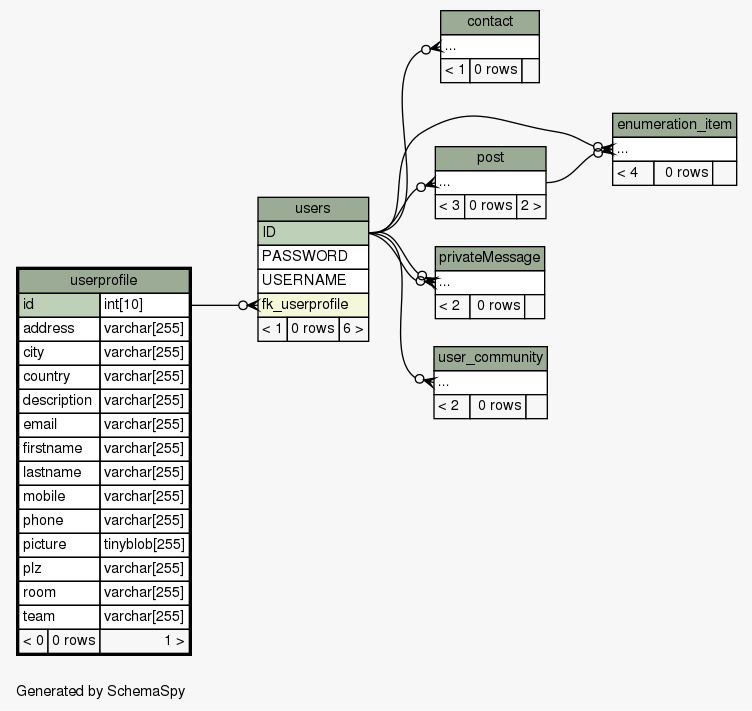
This is doc/db_schema/diagrams/userprofile.2degrees.png from chr-krenn/chr-krenn-fhj-ws2017-sd17-pse, a Graphviz export, as it was before one commit. Its source is kept beside it as doc/db_schema/diagrams/userprofile.1degree.dot.
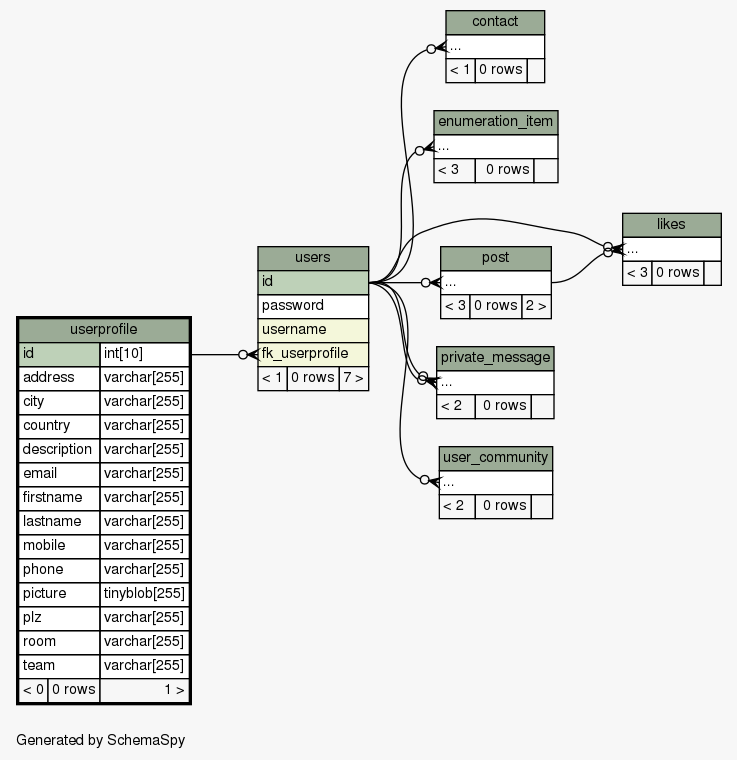
After the commit.

Change to the diagram source:
```diff
@@ -45,11 +45,11 @@
     label=<
     <TABLE BORDER="0" CELLBORDER="1" CELLSPACING="0" BGCOLOR="#ffffff">
       <TR><TD COLSPAN="3" BGCOLOR="#9bab96" ALIGN="CENTER">users</TD></TR>
-      <TR><TD PORT="ID" COLSPAN="3" BGCOLOR="#bed1b8" ALIGN="LEFT">ID</TD></TR>
-      <TR><TD PORT="PASSWORD" COLSPAN="3" ALIGN="LEFT">PASSWORD</TD></TR>
-      <TR><TD PORT="USERNAME" COLSPAN="3" ALIGN="LEFT">USERNAME</TD></TR>
+      <TR><TD PORT="id" COLSPAN="3" BGCOLOR="#bed1b8" ALIGN="LEFT">id</TD></TR>
+      <TR><TD PORT="password" COLSPAN="3" ALIGN="LEFT">password</TD></TR>
+      <TR><TD PORT="username" COLSPAN="3" BGCOLOR="#f4f7da" ALIGN="LEFT">username</TD></TR>
       <TR><TD PORT="fk_userprofile" COLSPAN="3" BGCOLOR="#f4f7da" ALIGN="LEFT">fk_userprofile</TD></TR>
-      <TR><TD ALIGN="LEFT" BGCOLOR="#f7f7f7">&lt; 1</TD><TD ALIGN="RIGHT" BGCOLOR="#f7f7f7">0 rows</TD><TD ALIGN="RIGHT" BGCOLOR="#f7f7f7">6 &gt;</TD></TR>
+      <TR><TD ALIGN="LEFT" BGCOLOR="#f7f7f7">&lt; 1</TD><TD ALIGN="RIGHT" BGCOLOR="#f7f7f7">0 rows</TD><TD ALIGN="RIGHT" BGCOLOR="#f7f7f7">7 &gt;</TD></TR>
     </TABLE>>
     URL="users.html"
     tooltip="users"
```
